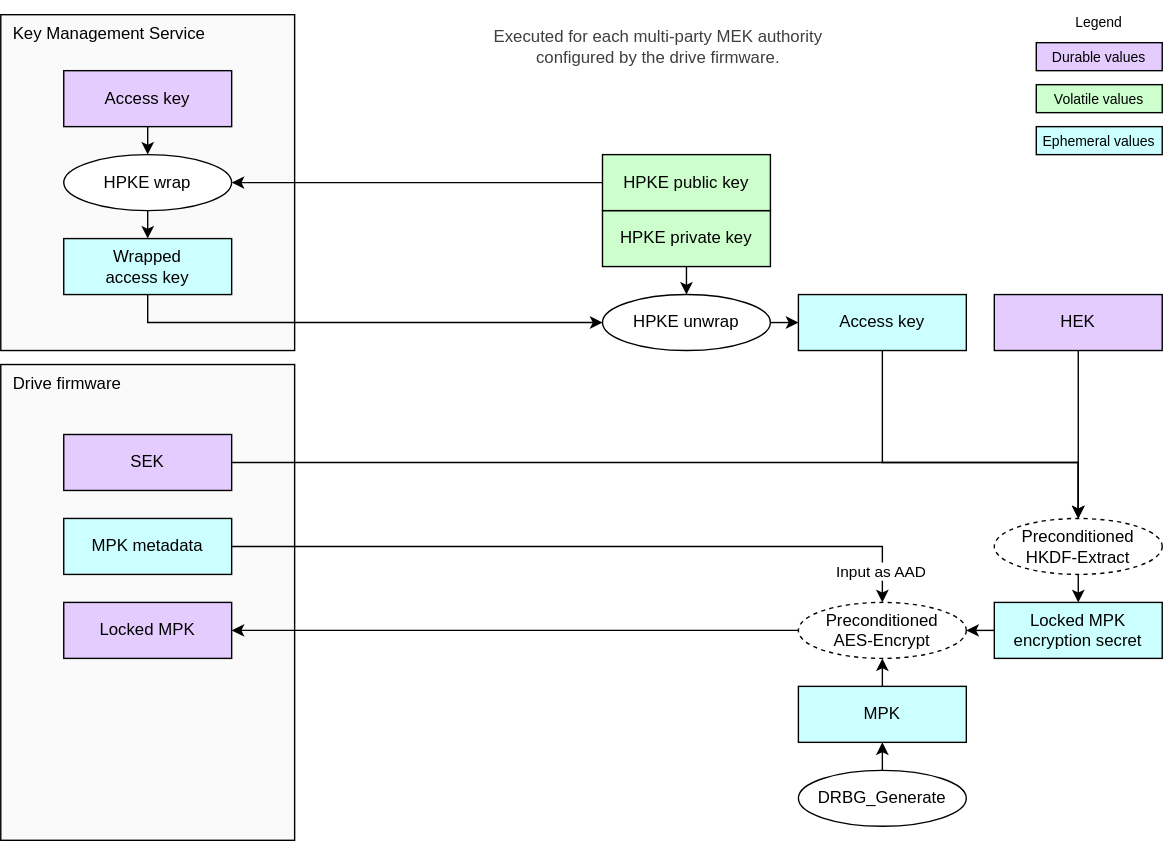
Earlier version of the draw.io export doc/ocp_lock/diagrams/mpk_generate.drawio.svg (chipsalliance/Caliptra). Source tidied: cells renumbered, new cells last; positions are measured from the earlier drawing's top-left corner, leaving out a move shared by most shapes.
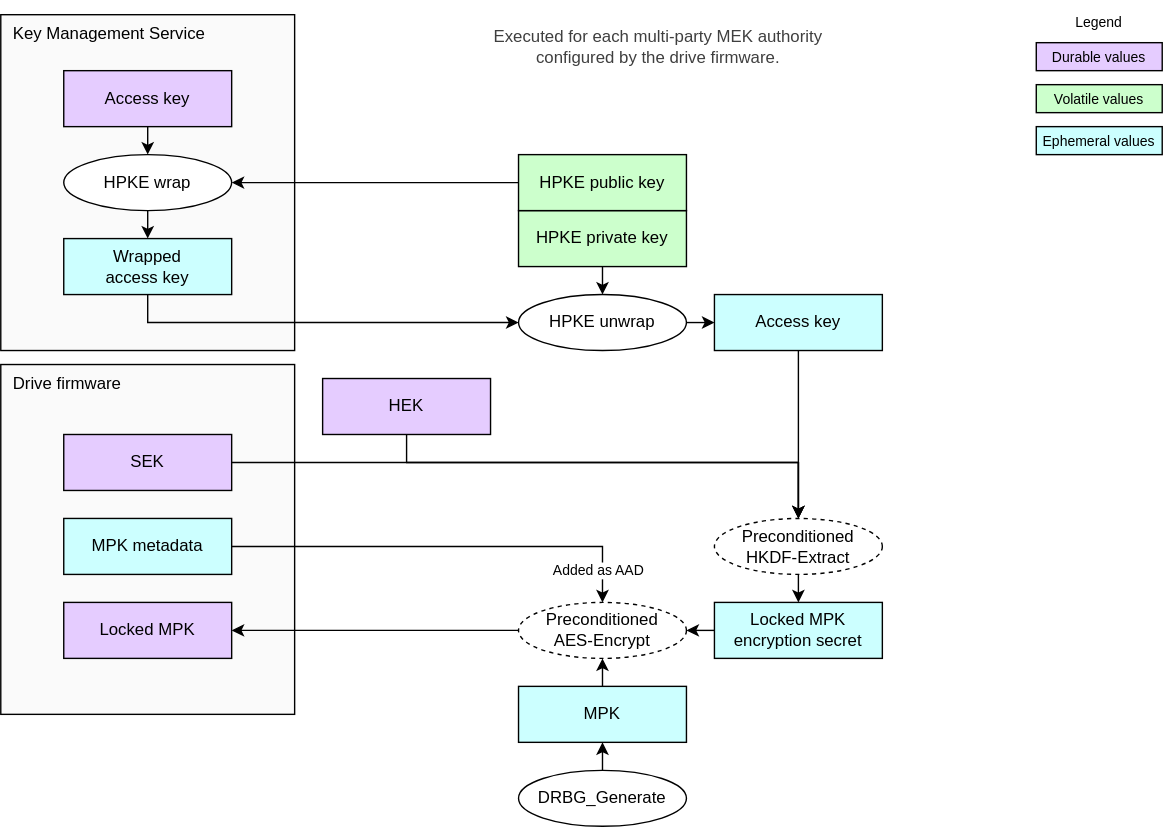
The same diagram one commit later.

The edit, as a diff of the source:
```diff
@@ -3,7 +3,7 @@
     <mxCell id="0" />
     <mxCell id="1" parent="0" />
     <mxCell id="2" value="Drive firmware" style="rounded=0;whiteSpace=wrap;html=1;fillColor=#FAFAFA;strokeColor=#000000;align=left;verticalAlign=top;spacingLeft=7;" parent="1" vertex="1">
-      <mxGeometry y="260" width="210" height="340" as="geometry" />
+      <mxGeometry y="260" width="210" height="250" as="geometry" />
     </mxCell>
     <mxCell id="3" value="Key Management Service" style="rounded=0;whiteSpace=wrap;html=1;fillColor=#FAFAFA;strokeColor=#000000;align=left;verticalAlign=top;spacingLeft=7;" parent="1" vertex="1">
       <mxGeometry y="10" width="210" height="240" as="geometry" />
@@ -12,22 +12,22 @@
       <mxGeometry x="45" y="430" width="120" height="40" as="geometry" />
     </mxCell>
     <mxCell id="5" value="&lt;div&gt;&lt;font color=&quot;#000000&quot;&gt;HEK&lt;/font&gt;&lt;/div&gt;" style="rounded=0;whiteSpace=wrap;html=1;align=center;verticalAlign=middle;shadow=0;glass=0;spacingLeft=0;spacingBottom=0;spacingTop=0;fillColor=#E5CCFF;" parent="1" vertex="1">
-      <mxGeometry x="710" y="210" width="120" height="40" as="geometry" />
+      <mxGeometry x="230" y="270" width="120" height="40" as="geometry" />
     </mxCell>
     <mxCell id="6" style="edgeStyle=none;html=1;exitX=0;exitY=0.5;exitDx=0;exitDy=0;entryX=1;entryY=0.5;entryDx=0;entryDy=0;" parent="1" edge="1" source="7" target="10">
       <mxGeometry relative="1" as="geometry" />
     </mxCell>
     <mxCell id="7" value="&lt;div&gt;&lt;font color=&quot;#000000&quot;&gt;Locked MPK encryption secret&lt;/font&gt;&lt;/div&gt;" style="rounded=0;whiteSpace=wrap;html=1;align=center;verticalAlign=middle;shadow=0;glass=0;spacingLeft=0;spacingBottom=0;spacingTop=0;fillColor=#CCFFFF;" parent="1" vertex="1">
-      <mxGeometry x="710" y="430" width="120" height="40" as="geometry" />
+      <mxGeometry x="510" y="430" width="120" height="40" as="geometry" />
     </mxCell>
     <mxCell id="8" value="&lt;div&gt;&lt;font color=&quot;#000000&quot;&gt;Access key&lt;/font&gt;&lt;/div&gt;" style="rounded=0;whiteSpace=wrap;html=1;align=center;verticalAlign=middle;shadow=0;glass=0;spacingLeft=0;spacingBottom=0;spacingTop=0;fillColor=#CCFFFF;" parent="1" vertex="1">
-      <mxGeometry x="570" y="210" width="120" height="40" as="geometry" />
+      <mxGeometry x="510" y="210" width="120" height="40" as="geometry" />
     </mxCell>
     <mxCell id="9" value="Preconditioned&lt;div&gt;HKDF-Extract&lt;/div&gt;" style="ellipse;whiteSpace=wrap;html=1;fillColor=#FFFFFF;dashed=1;" parent="1" vertex="1">
-      <mxGeometry x="710" y="370" width="120" height="40" as="geometry" />
+      <mxGeometry x="510" y="370" width="120" height="40" as="geometry" />
     </mxCell>
     <mxCell id="10" value="Preconditioned&lt;div&gt;AES-Encrypt&lt;/div&gt;" style="ellipse;whiteSpace=wrap;html=1;fillColor=#FFFFFF;dashed=1;" parent="1" vertex="1">
-      <mxGeometry x="570" y="430" width="120" height="40" as="geometry" />
+      <mxGeometry x="370" y="430" width="120" height="40" as="geometry" />
     </mxCell>
     <mxCell id="11" style="endArrow=none;html=1;exitX=1;exitY=0.5;exitDx=0;exitDy=0;entryX=0;entryY=0.5;entryDx=0;entryDy=0;startArrow=classic;startFill=1;endFill=0;endSize=6;startSize=6;" parent="1" edge="1" source="4" target="10">
       <mxGeometry relative="1" as="geometry" />
@@ -35,8 +35,8 @@
     <mxCell id="12" style="endArrow=classic;html=1;exitX=0.5;exitY=1;exitDx=0;exitDy=0;endSize=6;startSize=6;edgeStyle=orthogonalEdgeStyle;rounded=0;curved=0;entryX=0.5;entryY=0;entryDx=0;entryDy=0;" parent="1" edge="1" source="8" target="9">
       <mxGeometry relative="1" as="geometry">
         <Array as="points">
-          <mxPoint x="630" y="330" />
-          <mxPoint x="770" y="330" />
+          <mxPoint x="570" y="350" />
+          <mxPoint x="570" y="350" />
         </Array>
       </mxGeometry>
     </mxCell>
@@ -44,19 +44,24 @@
       <mxGeometry relative="1" as="geometry" />
     </mxCell>
     <mxCell id="14" value="&lt;div&gt;&lt;font color=&quot;#000000&quot;&gt;MPK&lt;/font&gt;&lt;/div&gt;" style="rounded=0;whiteSpace=wrap;html=1;align=center;verticalAlign=middle;shadow=0;glass=0;spacingLeft=0;spacingBottom=0;spacingTop=0;fillColor=#CCFFFF;" parent="1" vertex="1">
-      <mxGeometry x="570" y="490" width="120" height="40" as="geometry" />
+      <mxGeometry x="370" y="490" width="120" height="40" as="geometry" />
     </mxCell>
     <mxCell id="15" style="endArrow=none;html=1;exitX=0.5;exitY=1;exitDx=0;exitDy=0;entryX=0.5;entryY=0;entryDx=0;entryDy=0;startArrow=classic;startFill=1;endFill=0;endSize=6;startSize=6;" parent="1" edge="1" source="10" target="14">
       <mxGeometry relative="1" as="geometry" />
     </mxCell>
     <mxCell id="16" style="edgeStyle=segmentEdgeStyle;endArrow=classic;html=1;curved=0;rounded=0;endSize=6;startSize=6;exitX=0.5;exitY=1;exitDx=0;exitDy=0;entryX=0.5;entryY=0;entryDx=0;entryDy=0;" parent="1" edge="1" source="5" target="9">
-      <mxGeometry relative="1" as="geometry" />
+      <mxGeometry relative="1" as="geometry">
+        <Array as="points">
+          <mxPoint x="290" y="330" />
+          <mxPoint x="570" y="330" />
+        </Array>
+      </mxGeometry>
     </mxCell>
     <mxCell id="17" value="&lt;div&gt;&lt;font color=&quot;#000000&quot;&gt;HPKE private key&lt;/font&gt;&lt;/div&gt;" style="rounded=0;whiteSpace=wrap;html=1;align=center;verticalAlign=middle;shadow=0;glass=0;spacingLeft=0;spacingBottom=0;spacingTop=0;fillColor=#CCFFCC;" parent="1" vertex="1">
-      <mxGeometry x="430" y="150" width="120" height="40" as="geometry" />
+      <mxGeometry x="370" y="150" width="120" height="40" as="geometry" />
     </mxCell>
     <mxCell id="18" value="HPKE unwrap" style="ellipse;whiteSpace=wrap;html=1;fillColor=#FFFFFF;" parent="1" vertex="1">
-      <mxGeometry x="430" y="210" width="120" height="40" as="geometry" />
+      <mxGeometry x="370" y="210" width="120" height="40" as="geometry" />
     </mxCell>
     <mxCell id="19" style="endArrow=classic;html=1;exitX=1;exitY=0.5;exitDx=0;exitDy=0;endSize=6;startSize=6;" parent="1" edge="1" source="18" target="8">
       <mxGeometry relative="1" as="geometry" />
@@ -68,15 +73,10 @@
       <mxGeometry x="45" y="110" width="120" height="40" as="geometry" />
     </mxCell>
     <mxCell id="22" value="&lt;div&gt;&lt;font color=&quot;#000000&quot;&gt;HPKE public key&lt;/font&gt;&lt;/div&gt;" style="rounded=0;whiteSpace=wrap;html=1;align=center;verticalAlign=middle;shadow=0;glass=0;spacingLeft=0;spacingBottom=0;spacingTop=0;fillColor=#CCFFCC;" parent="1" vertex="1">
-      <mxGeometry x="430" y="110" width="120" height="40" as="geometry" />
+      <mxGeometry x="370" y="110" width="120" height="40" as="geometry" />
     </mxCell>
-    <mxCell id="23" style="edgeStyle=segmentEdgeStyle;endArrow=classic;html=1;curved=0;rounded=0;endSize=6;startSize=6;exitX=0;exitY=0.5;exitDx=0;exitDy=0;entryX=1;entryY=0.5;entryDx=0;entryDy=0;" parent="1" edge="1" source="22" target="21">
-      <mxGeometry relative="1" as="geometry">
-        <Array as="points">
-          <mxPoint x="410" y="130" />
-          <mxPoint x="410" y="130" />
-        </Array>
-      </mxGeometry>
+    <mxCell id="23" style="endArrow=classic;html=1;rounded=0;endSize=6;startSize=6;exitX=0;exitY=0.5;exitDx=0;exitDy=0;entryX=1;entryY=0.5;entryDx=0;entryDy=0;" parent="1" edge="1" source="22" target="21">
+      <mxGeometry relative="1" as="geometry" />
     </mxCell>
     <mxCell id="24" style="endArrow=classic;html=1;exitX=0.5;exitY=1;exitDx=0;exitDy=0;entryX=0.5;entryY=0;entryDx=0;entryDy=0;endSize=6;startSize=6;" parent="1" edge="1" source="21" target="20">
       <mxGeometry relative="1" as="geometry" />
@@ -104,7 +104,7 @@
       <mxGeometry relative="1" as="geometry" />
     </mxCell>
     <mxCell id="31" value="DRBG_Generate" style="ellipse;whiteSpace=wrap;html=1;fillColor=#FFFFFF;" parent="1" vertex="1">
-      <mxGeometry x="570" y="550" width="120" height="40" as="geometry" />
+      <mxGeometry x="370" y="550" width="120" height="40" as="geometry" />
     </mxCell>
     <mxCell id="32" value="&lt;div&gt;&lt;font color=&quot;#000000&quot;&gt;Volatile values&lt;/font&gt;&lt;/div&gt;" style="rounded=0;whiteSpace=wrap;html=1;align=center;verticalAlign=middle;shadow=0;glass=0;spacingLeft=0;spacingBottom=0;spacingTop=0;fillColor=#CCFFCC;fontSize=10;" parent="1" vertex="1">
       <mxGeometry x="740" y="60" width="90" height="20" as="geometry" />
@@ -124,18 +124,18 @@
     <mxCell id="37" style="edgeStyle=orthogonalEdgeStyle;endArrow=classic;html=1;rounded=0;endSize=6;startSize=6;exitX=1;exitY=0.5;exitDx=0;exitDy=0;entryX=0.5;entryY=0;entryDx=0;entryDy=0;" parent="1" edge="1" source="36" target="9">
       <mxGeometry relative="1" as="geometry">
         <Array as="points">
-          <mxPoint x="770" y="330" />
+          <mxPoint x="570" y="330" />
         </Array>
       </mxGeometry>
     </mxCell>
     <mxCell id="38" style="edgeStyle=orthogonalEdgeStyle;html=1;exitX=1;exitY=0.5;exitDx=0;exitDy=0;entryX=0.5;entryY=0;entryDx=0;entryDy=0;rounded=0;" parent="1" edge="1" source="40" target="10">
       <mxGeometry relative="1" as="geometry" />
     </mxCell>
-    <mxCell id="39" value="Input as AAD" style="edgeLabel;html=1;align=center;verticalAlign=middle;" parent="38" vertex="1">
-      <mxGeometry x="0.89" y="2" relative="1" as="geometry">
-        <mxPoint x="-4" y="4" as="offset" />
-      </mxGeometry>
-    </mxCell>
+    <mxCell id="41" value="Added as AAD" style="edgeLabel;html=1;align=center;verticalAlign=middle;fontSize=10;" parent="38" vertex="1">
+      <mxGeometry x="0.84" relative="1" as="geometry">
+        <mxPoint x="-4" as="offset" />
+      </mxGeometry>
+    </mxCell>
     <mxCell id="40" value="&lt;div&gt;&lt;font color=&quot;#000000&quot;&gt;MPK metadata&lt;/font&gt;&lt;/div&gt;" style="rounded=0;whiteSpace=wrap;html=1;align=center;verticalAlign=middle;shadow=0;glass=0;spacingLeft=0;spacingBottom=0;spacingTop=0;fillColor=#CCFFFF;" parent="1" vertex="1">
       <mxGeometry x="45" y="370" width="120" height="40" as="geometry" />
     </mxCell>
```
